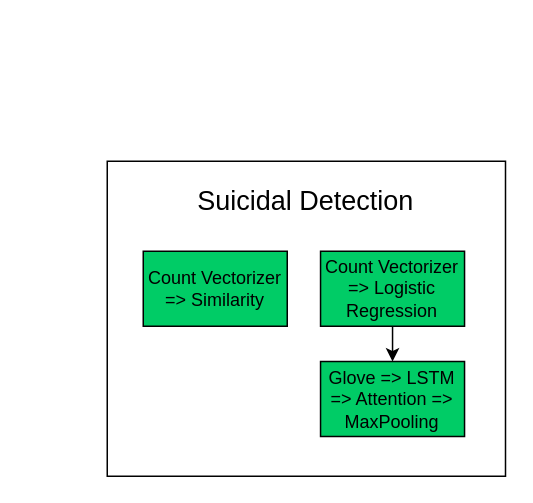
This is page "Page-2" (1 of 2) of report/models.drawio from Better-Call-Soul/Soul-AI, a draw.io file, before an edit. Source tidied: cells renumbered, new cells numbered last; positions are measured from the earlier drawing's top-left corner, leaving out a move shared by most shapes. Both pictures are drawn from the tidied source at 150%, with x=0, y=0 at pixel (106, 160).
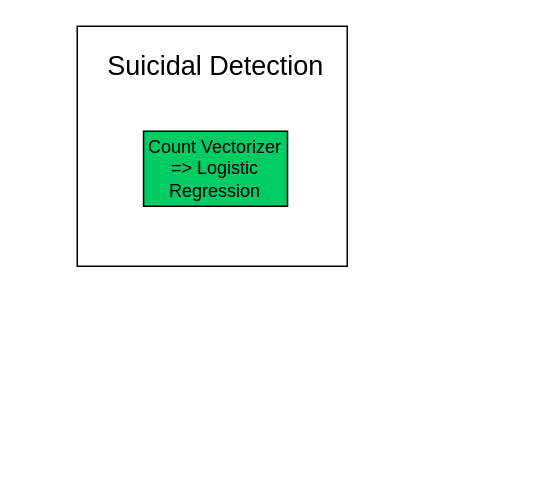
The same page after the edit.

The edit, as a diff of the source:
```diff
@@
 <mxGraphModel>
   <root>
     <mxCell id="0" />
     <mxCell id="1" parent="0" />
-    <mxCell id="2" style="rounded=0;whiteSpace=wrap;html=1;" parent="1" vertex="1">
-      <mxGeometry width="265.5" height="210" as="geometry" />
-    </mxCell>
+    <mxCell id="8" style="rounded=0;whiteSpace=wrap;html=1;" parent="1" vertex="1">
+      <mxGeometry x="-20" y="-90" width="180" height="160" as="geometry" />
+    </mxCell>
     <mxCell id="3" value="&lt;font style=&quot;font-size: 18px;&quot;&gt;Suicidal Detection&lt;/font&gt;" style="text;html=1;strokeColor=none;fillColor=none;align=center;verticalAlign=middle;whiteSpace=wrap;rounded=0;" parent="1" vertex="1">
-      <mxGeometry x="6" y="11.5" width="252.5" height="30" as="geometry" />
+      <mxGeometry x="-54" y="-78.5" width="252.5" height="30" as="geometry" />
     </mxCell>
-    <mxCell id="4" style="edgeStyle=none;html=1;" parent="1" edge="1" source="5" target="6">
-      <mxGeometry relative="1" as="geometry" />
-    </mxCell>
     <mxCell id="5" value="Count Vectorizer =&amp;gt; Logistic Regression" style="rounded=0;whiteSpace=wrap;html=1;fillColor=#00CC66;" parent="1" vertex="1">
-      <mxGeometry x="142.2" y="60" width="96" height="50" as="geometry" />
+      <mxGeometry x="24.2" y="-20" width="96" height="50" as="geometry" />
     </mxCell>
-    <mxCell id="6" value="Glove =&amp;gt; LSTM&lt;br&gt;=&amp;gt; Attention =&amp;gt; MaxPooling" style="rounded=0;whiteSpace=wrap;html=1;fillColor=#00CC66;" parent="1" vertex="1">
-      <mxGeometry x="142.2" y="133.5" width="96" height="50" as="geometry" />
-    </mxCell>
-    <mxCell id="7" value="Count Vectorizer =&amp;gt; Similarity" style="rounded=0;whiteSpace=wrap;html=1;fillColor=#00CC66;" parent="1" vertex="1">
-      <mxGeometry x="24" y="60" width="96" height="50" as="geometry" />
-    </mxCell>
   </root>
 </mxGraphModel>
```
